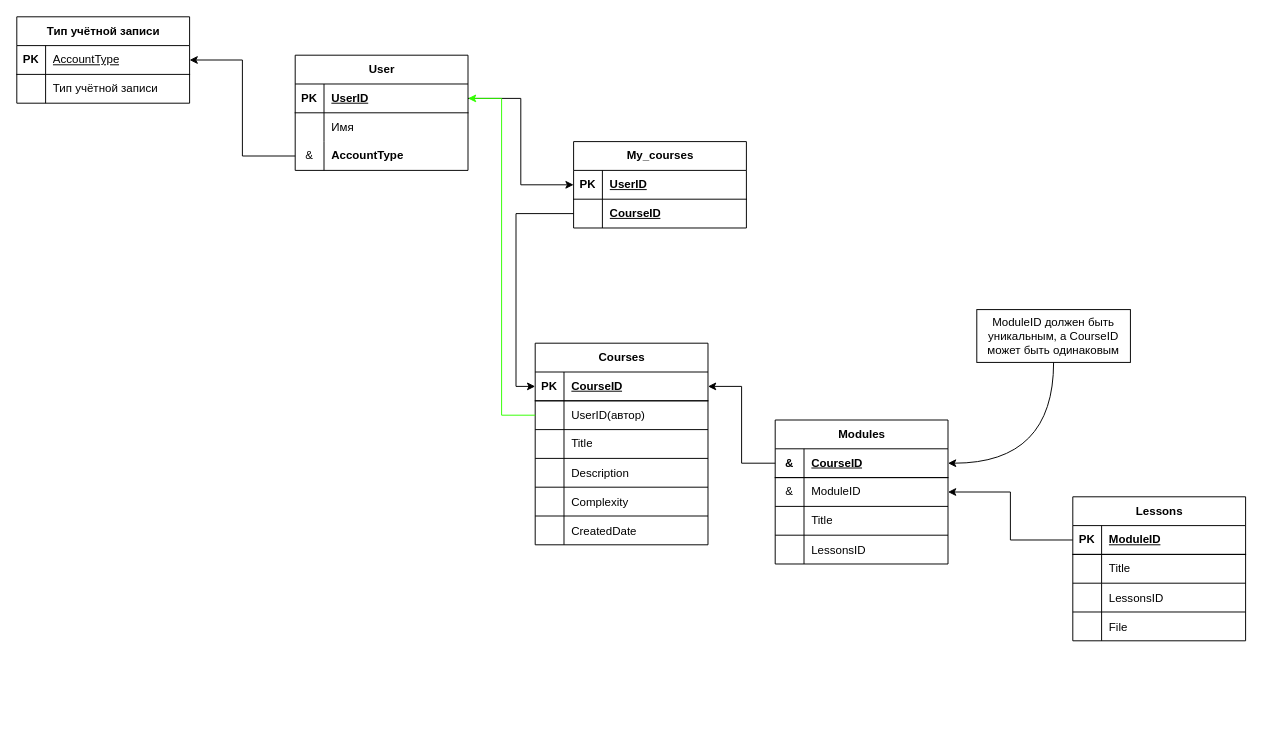
This is Yandex_lyceum/Python/PyQt_Projects/Gnosi/DB/ER - диаграмма.drawio from grigoriy-st/YandexLyceum, a draw.io file, before an edit. Source tidied: cells renumbered, new cells numbered last; positions are measured from the earlier drawing's top-left corner, leaving out a move shared by most shapes. Both pictures are drawn from the tidied source at 96%, with x=0, y=0 at pixel (16, 16).
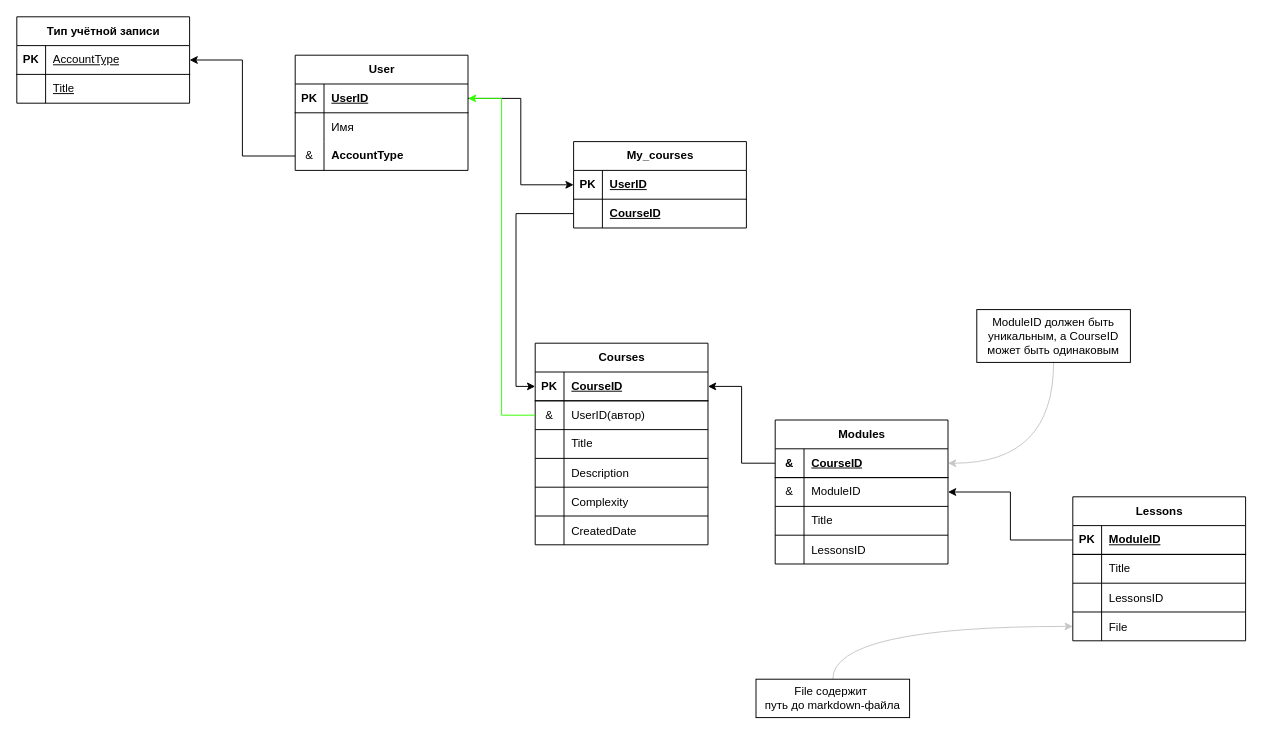
Above is the later version.

Unchanged cells that the change refers to:
```xml
<mxCell id="16" style="shape=tableRow;horizontal=0;startSize=0;swimlaneHead=0;swimlaneBody=0;fillColor=none;top=0;left=0;right=0;bottom=0;" parent="12" vertex="1">
  <mxGeometry y="60" width="180" height="30" as="geometry" />
</mxCell>
<mxCell id="32" style="shape=tableRow;horizontal=0;startSize=0;swimlaneHead=0;swimlaneBody=0;fillColor=none;points=[[0,0.5],[1,0.5]];portConstraint=eastwest;top=0;left=0;right=0;bottom=0;" parent="28" vertex="1">
  <mxGeometry y="60" width="180" height="30" as="geometry" />
</mxCell>
<mxCell id="50" style="shape=tableRow;horizontal=0;startSize=0;swimlaneHead=0;swimlaneBody=0;fillColor=none;points=[[0,0.5],[1,0.5]];portConstraint=eastwest;top=0;left=0;right=0;bottom=1;" parent="49" vertex="1">
  <mxGeometry y="30" width="180" height="30" as="geometry" />
</mxCell>
<mxCell id="72" style="shape=tableRow;horizontal=0;startSize=0;swimlaneHead=0;swimlaneBody=0;fillColor=none;points=[[0,0.5],[1,0.5]];portConstraint=eastwest;top=0;left=0;right=0;bottom=0;" parent="62" vertex="1">
  <mxGeometry y="120" width="180" height="30" as="geometry" />
</mxCell>
<mxCell id="78" value="ModuleID должен быть уникальным, а CourseID может быть одинаковым" style="text;html=1;align=center;verticalAlign=middle;whiteSpace=wrap;rounded=0;strokeColor=default;" parent="1" vertex="1">
  <mxGeometry x="1000" y="305" width="160" height="55" as="geometry" />
</mxCell>
```

The edit, as a diff of the source:
```diff
@@
-    <mxCell id="18" value="Тип учётной записи" style="shape=partialRectangle;fillColor=none;top=0;left=0;bottom=0;right=0;align=left;spacingLeft=6;overflow=hidden;whiteSpace=wrap;html=1;" parent="16" vertex="1">
+    <mxCell id="18" value="&lt;span style=&quot;text-decoration-line: underline;&quot;&gt;Title&lt;/span&gt;" style="shape=partialRectangle;fillColor=none;top=0;left=0;bottom=0;right=0;align=left;spacingLeft=6;overflow=hidden;whiteSpace=wrap;html=1;" parent="16" vertex="1">
       <mxGeometry x="30" width="150" height="30" as="geometry" />
     </mxCell>
@@
-    <mxCell id="33" style="shape=partialRectangle;fillColor=none;top=0;left=0;bottom=0;right=0;overflow=hidden;whiteSpace=wrap;html=1;" parent="32" vertex="1">
+    <mxCell id="33" value="&amp;amp;" style="shape=partialRectangle;fillColor=none;top=0;left=0;bottom=0;right=0;overflow=hidden;whiteSpace=wrap;html=1;" parent="32" vertex="1">
       <mxGeometry width="30" height="30" as="geometry" />
     </mxCell>
@@
-    <mxCell id="77" style="edgeStyle=orthogonalEdgeStyle;rounded=0;jettySize=auto;html=1;exitX=0.5;exitY=1;exitDx=0;exitDy=0;curved=1;entryX=1;entryY=0.5;entryDx=0;entryDy=0;" parent="1" edge="1" source="78" target="50">
+    <mxCell id="77" style="edgeStyle=orthogonalEdgeStyle;rounded=0;jettySize=auto;html=1;exitX=0.5;exitY=1;exitDx=0;exitDy=0;curved=1;entryX=1;entryY=0.5;entryDx=0;entryDy=0;fillColor=#f5f5f5;strokeColor=#c7c7c7;" parent="1" edge="1" source="78" target="50">
       <mxGeometry relative="1" as="geometry" />
     </mxCell>
@@
+    <mxCell id="79" style="edgeStyle=orthogonalEdgeStyle;rounded=0;jettySize=auto;html=1;entryX=0;entryY=0.5;entryDx=0;entryDy=0;curved=1;fillColor=#f5f5f5;strokeColor=#c7c7c7;" parent="1" edge="1" source="80" target="72">
+      <mxGeometry relative="1" as="geometry" />
+    </mxCell>
+    <mxCell id="80" value="&lt;span style=&quot;text-align: left; text-wrap: nowrap;&quot;&gt;File содержит&amp;nbsp;&lt;/span&gt;&lt;div&gt;&lt;span style=&quot;text-align: left; text-wrap: nowrap;&quot;&gt;путь до markdown-файла&lt;/span&gt;&lt;/div&gt;" style="text;html=1;align=center;verticalAlign=middle;whiteSpace=wrap;rounded=0;strokeColor=default;" parent="1" vertex="1">
+      <mxGeometry x="770" y="690" width="160" height="40" as="geometry" />
+    </mxCell>
```
